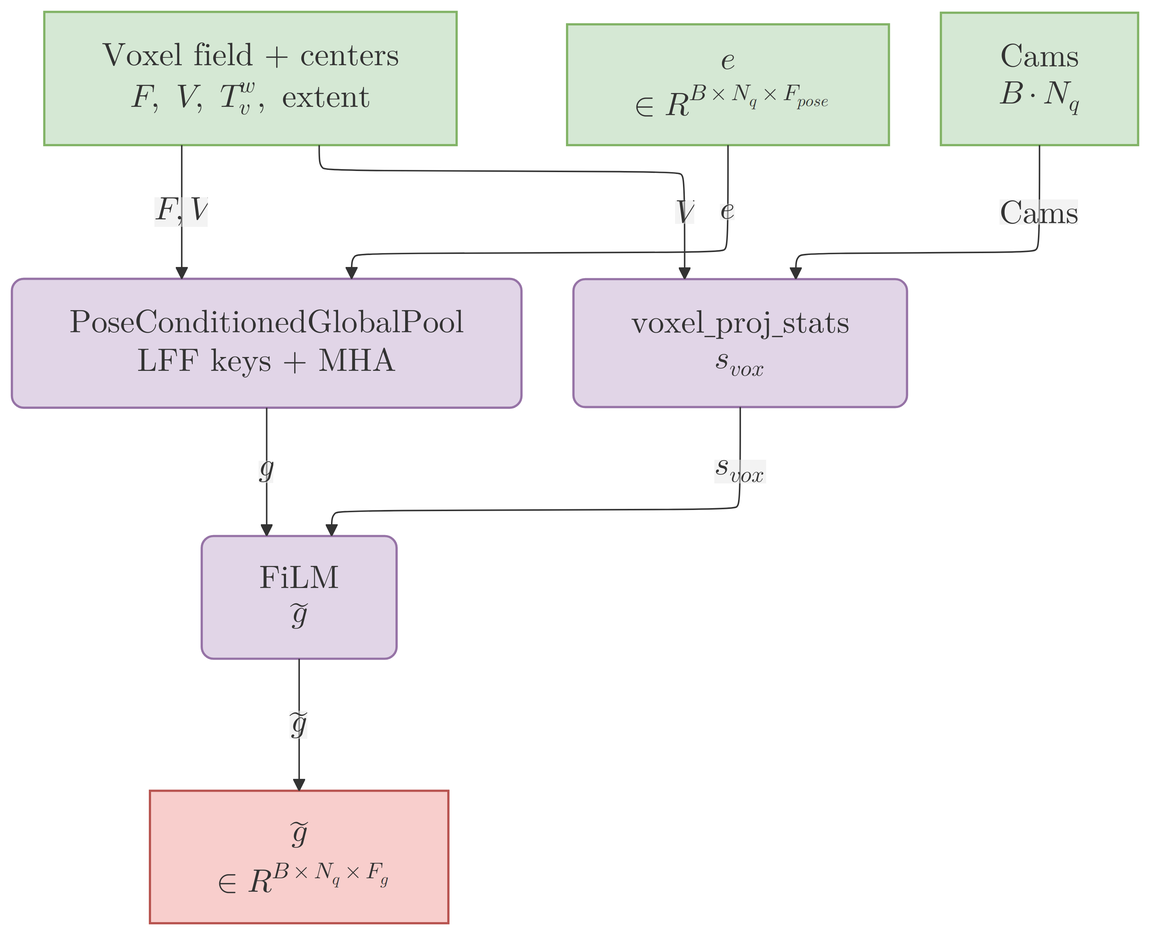
Earlier version of the Mermaid export docs/figures/diagrams/vin_nbv/mermaid/global_pool.png (JanDuchscherer104/ARIA-NBV). Its source is kept beside it as docs/figures/diagrams/vin_nbv/mermaid/global_pool.mmd.
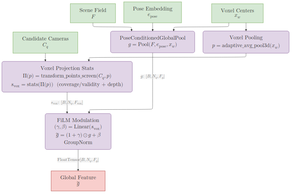
The same diagram one commit later.

What changed in the source:
```diff
@@ -3,40 +3,46 @@
   htmlLabels: true
   flowchart:
     htmlLabels: true
-    nodeSpacing: 20
-    rankSpacing: 34
+    nodeSpacing: 18
+    rankSpacing: 30
   layout: elk
   themeVariables:
-    fontSize: "18px"
+    fontSize: "19px"
   themeCSS: |
-    .nodeLabel { font-size: 18px; }
-    .edgeLabel { font-size: 18px; }
+    .nodeLabel { font-size: 19px; }
+    .edgeLabel { font-size: 15px; opacity: 0.85; }
 ---
 flowchart TB
 
-  InputsVoxel["$$\\begin{array}{c}\texttt{Voxel field + centers}\\\\\mathbf{F},\ \mathcal{V},\ \mathbf{T}^{w}_{v},\ \texttt{extent}\end{array}$$"]
-  PoseEmb["$$\\begin{array}{c}\mathbf{e}\\\\\in\mathbb{R}^{B\times N_q\times F_{pose}}\end{array}$$"]
-  Cam["$$\\begin{array}{c}\texttt{Cams}\\\\B\cdot N_q\end{array}$$"]
+  Field["$$\\begin{array}{c}\\textbf{Scene Field}\\\\\\mathbf{F}\\end{array}$$"]
+  PoseEnc["$$\\begin{array}{c}\\textbf{Pose Embedding}\\\\\\mathbf{e}_{\\mathrm{pose}}\\end{array}$$"]
+  VoxCenters["$$\\begin{array}{c}\\textbf{Voxel Centers}\\\\\\mathbf{x}_w\\end{array}$$"]
+  Cam["$$\\begin{array}{c}\\textbf{Candidate Cameras}\\\\\\mathbf{C}_q\\end{array}$$"]
 
-  GlobalPool["$$\\begin{array}{c}\texttt{PoseConditionedGlobalPool}\\\\\texttt{LFF keys + MHA}\end{array}$$"]
-  VoxProj["$$\\begin{array}{c}\texttt{voxel\_proj\_stats}\\\\\mathbf{s}_{vox}\end{array}$$"]
-  FiLM["$$\\begin{array}{c}\texttt{FiLM}\\\\\tilde{\\mathbf{g}}\end{array}$$"]
-  GOut["$$\\begin{array}{c}\tilde{\\mathbf{g}}\\\\\in\mathbb{R}^{B\times N_q\times F_g}\end{array}$$"]
+  GlobalPool["$$\\begin{array}{c}\\textbf{PoseConditionedGlobalPool}\\\\\\mathbf{g}=\\texttt{Pool}(\\mathbf{F},\\mathbf{e}_{\\mathrm{pose}},\\mathbf{x}_w)\\end{array}$$"]
 
-  InputsVoxel -->|"$$\mathbf{F},\mathcal{V}$$"| GlobalPool
-  PoseEmb -->|"$$\mathbf{e}$$"| GlobalPool
-  GlobalPool -->|"$$\mathbf{g}$$"| FiLM
+  VoxPool["$$\\begin{array}{c}\\textbf{Voxel Pooling}\\\\\\mathbf{p}=\\texttt{adaptive\\_avg\\_pool3d}(\\mathbf{x}_w)\\end{array}$$"]
+  VoxProj["$$\\begin{array}{c}\\textbf{Voxel Projection Stats}\\\\\\Pi(\\mathbf{p})=\\texttt{transform\\_points\\_screen}(\\mathbf{C}_q,\\mathbf{p})\\\\\\mathbf{s}_{\\mathrm{vox}}=\\texttt{stats}(\\Pi(\\mathbf{p}))\\ \\ \\text{(coverage/validity + depth)}\\end{array}$$"]
 
-  InputsVoxel -->|"$$\mathcal{V}$$"| VoxProj
-  Cam -->|"$$\texttt{Cams}$$"| VoxProj
-  VoxProj -->|"$$\mathbf{s}_{vox}$$"| FiLM
-  FiLM -->|"$$\tilde{\\mathbf{g}}$$"| GOut
+  FiLM["$$\\begin{array}{c}\\textbf{FiLM Modulation}\\\\(\\boldsymbol{\\gamma},\\boldsymbol{\\beta})=\\texttt{Linear}(\\mathbf{s}_{\\mathrm{vox}})\\\\\\tilde{\\mathbf{g}}=(1+\\boldsymbol{\\gamma})\\odot\\mathbf{g}+\\boldsymbol{\\beta}\\\\\\texttt{GroupNorm}\\end{array}$$"]
+  GOut["$$\\begin{array}{c}\\textbf{Global Feature}\\\\\\tilde{\\mathbf{g}}\\end{array}$$"]
+
+  Field --> GlobalPool
+  PoseEnc --> GlobalPool
+  VoxCenters --> GlobalPool
+  GlobalPool -->|"$$\\mathbf{g}:\\ [B,N_q,F_g]$$"| FiLM
+
+  VoxCenters --> VoxPool
+  VoxPool --> VoxProj
+  Cam --> VoxProj
+  VoxProj -->|"$$\\mathbf{s}_{\\mathrm{vox}}:\\ [B,N_q,F_{\\mathrm{vox}}]$$"| FiLM
+  FiLM -->|"$$\\texttt{FloatTensor}[B,N_q,F_g]$$"| GOut
 
   classDef input fill:#D5E8D4,stroke:#82B366,stroke-width:1.5px,rx:0,ry:0;
   classDef output fill:#F8CECC,stroke:#B85450,stroke-width:1.5px,rx:0,ry:0;
   classDef compute fill:#E1D5E7,stroke:#9673A6,stroke-width:1.5px,rx:8,ry:8;
   classDef data fill:#F5F5F5,stroke:#9E9E9E,stroke-width:1.2px,rx:0,ry:0;
 
-  class InputsVoxel,PoseEmb,Cam input;
-  class GlobalPool,VoxProj,FiLM compute;
+  class Field,PoseEnc,VoxCenters,Cam input;
+  class GlobalPool,VoxPool,VoxProj,FiLM compute;
   class GOut output;
```
